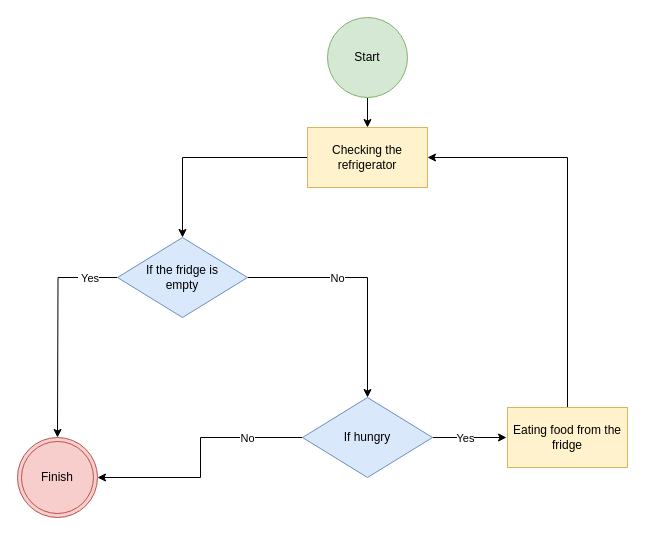
Earlier version of the draw.io diagram page "fridge_check" (2 of 4) of Untitled Diagram.drawio (tetit/Flowchart). Source tidied: cells renumbered, new cells numbered last; positions are measured from the earlier drawing's top-left corner, leaving out a move shared by most shapes. Both pictures are drawn from the tidied source at 100%, with x=0, y=0 at pixel (17, 17).
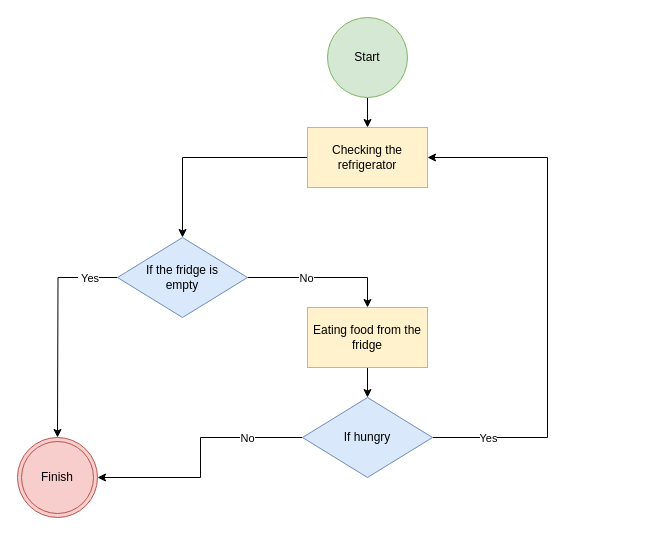
After the change.

The change refers to these unchanged cells:
```xml
<mxCell id="5" value="Checking the refrigerator" style="rounded=0;whiteSpace=wrap;html=1;fillColor=#fff2cc;strokeColor=#d6b656;" parent="1" vertex="1">
  <mxGeometry x="290" y="110" width="120" height="60" as="geometry" />
</mxCell>
<mxCell id="10" value="If the fridge is &lt;br&gt;empty" style="rhombus;whiteSpace=wrap;html=1;fillColor=#dae8fc;strokeColor=#6c8ebf;" parent="1" vertex="1">
  <mxGeometry x="100" y="220" width="130" height="80" as="geometry" />
</mxCell>
<mxCell id="16" value="&lt;div&gt;If hungry&lt;br&gt;&lt;/div&gt;" style="rhombus;whiteSpace=wrap;html=1;fillColor=#dae8fc;strokeColor=#6c8ebf;" parent="1" vertex="1">
  <mxGeometry x="285" y="380" width="130" height="80" as="geometry" />
</mxCell>
```

Diff of the diagram source:
```diff
@@
-    <mxCell id="8" style="edgeStyle=orthogonalEdgeStyle;rounded=0;jettySize=auto;html=1;" parent="1" edge="1" source="10" target="16">
+    <mxCell id="8" style="edgeStyle=orthogonalEdgeStyle;rounded=0;jettySize=auto;html=1;entryX=0.5;entryY=0;entryDx=0;entryDy=0;" parent="1" edge="1" source="10" target="18">
       <mxGeometry relative="1" as="geometry" />
     </mxCell>
@@
-    <mxCell id="14" style="edgeStyle=orthogonalEdgeStyle;rounded=0;jettySize=auto;html=1;" parent="1" edge="1" source="16">
+    <mxCell id="14" style="edgeStyle=orthogonalEdgeStyle;rounded=0;jettySize=auto;html=1;" parent="1" edge="1" source="16" target="5">
       <mxGeometry relative="1" as="geometry">
-        <mxPoint x="489" y="420" as="targetPoint" />
+        <Array as="points">
+          <mxPoint x="530" y="420" />
+          <mxPoint x="530" y="140" />
+        </Array>
       </mxGeometry>
     </mxCell>
     <mxCell id="15" value="Yes" style="edgeLabel;html=1;align=center;verticalAlign=middle;" parent="14" vertex="1">
       <mxGeometry x="-0.31" y="-3" relative="1" as="geometry">
-        <mxPoint x="6" y="-3" as="offset" />
+        <mxPoint x="-63" y="63" as="offset" />
       </mxGeometry>
     </mxCell>
@@
-    <mxCell id="17" style="edgeStyle=orthogonalEdgeStyle;rounded=0;jettySize=auto;html=1;entryX=1;entryY=0.5;entryDx=0;entryDy=0;" parent="1" edge="1" source="18" target="5">
-      <mxGeometry relative="1" as="geometry">
-        <Array as="points">
-          <mxPoint x="550" y="140" />
-        </Array>
-      </mxGeometry>
-    </mxCell>
+    <mxCell id="19" style="edgeStyle=orthogonalEdgeStyle;rounded=0;jettySize=auto;html=1;" parent="1" edge="1" source="18" target="16">
+      <mxGeometry relative="1" as="geometry" />
+    </mxCell>
     <mxCell id="18" value="Eating food from the fridge" style="rounded=0;whiteSpace=wrap;html=1;fillColor=#fff2cc;strokeColor=#d6b656;" parent="1" vertex="1">
-      <mxGeometry x="490" y="390" width="120" height="60" as="geometry" />
+      <mxGeometry x="290" y="290" width="120" height="60" as="geometry" />
     </mxCell>
```
